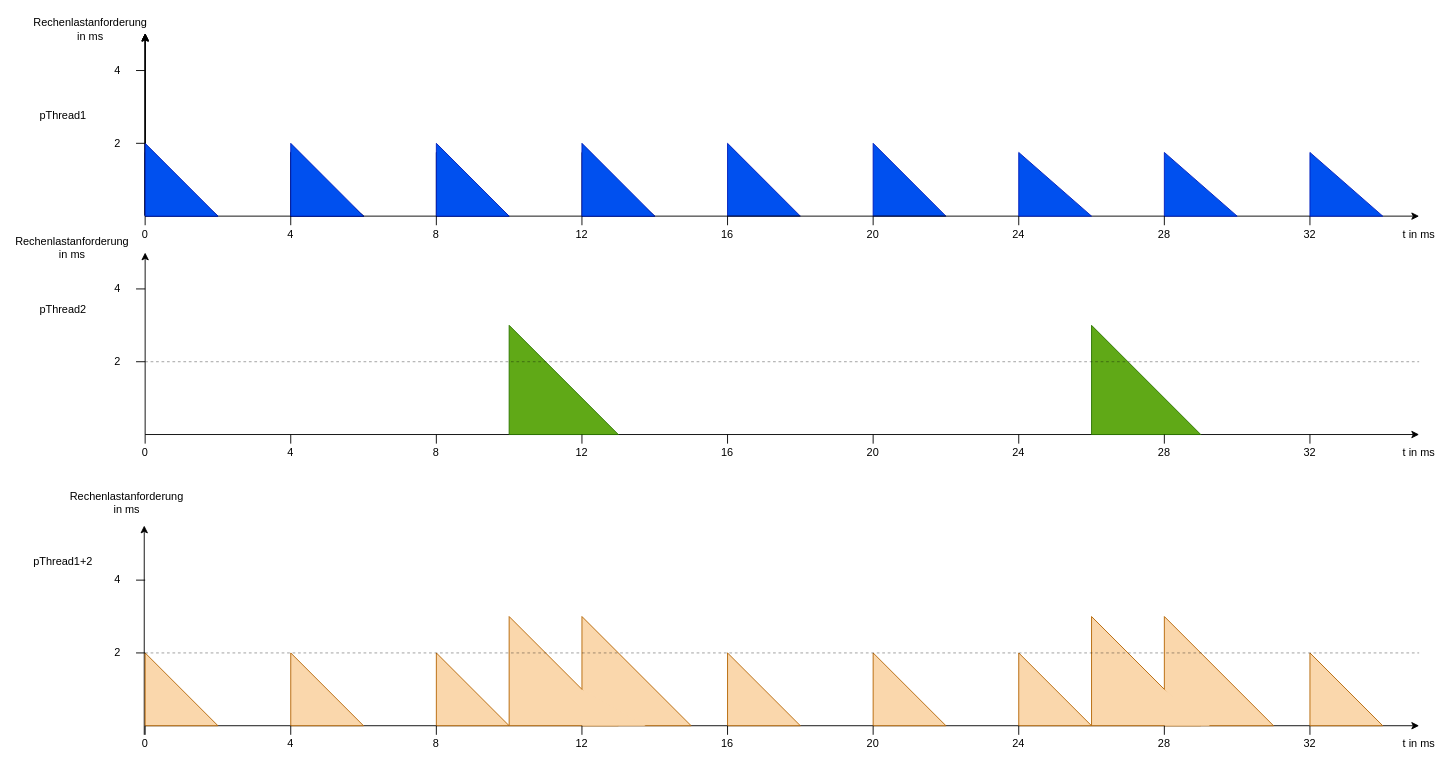
Above: Realtime/Echtzeit.drawio in EduardBartolovic/EmbeddedClass (draw.io), before the change. Source tidied: cells renumbered, new cells numbered last; positions are measured from the earlier drawing's top-left corner, leaving out a move shared by most shapes. Both pictures are drawn from the tidied source at 91%, with x=0, y=0 at pixel (26, 15).
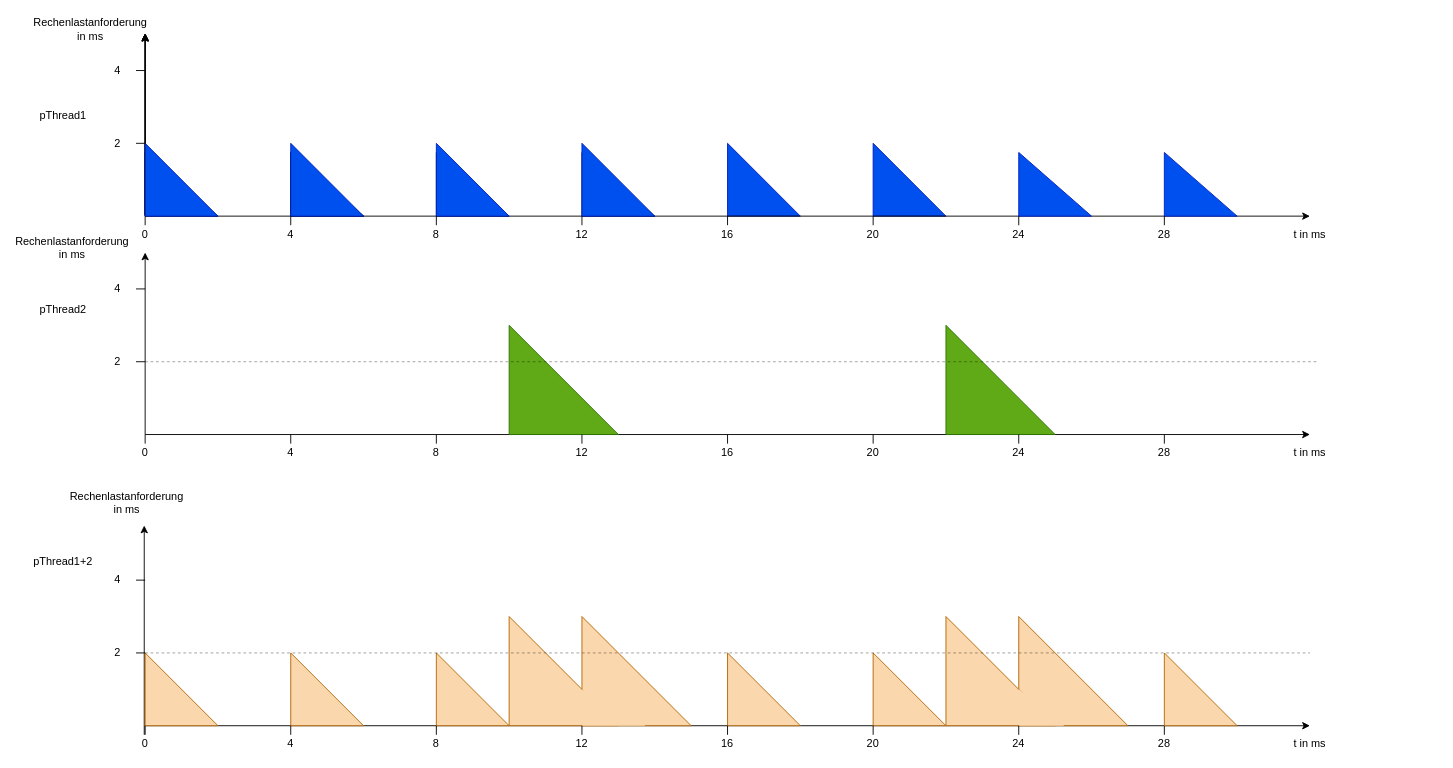
After the change.

Unchanged cells that the change refers to:
```xml
<mxCell id="15" style="verticalLabelPosition=bottom;verticalAlign=top;html=1;shape=mxgraph.basic.orthogonal_triangle;fillColor=#0050ef;strokeColor=#001DBC;fontColor=#ffffff;" parent="1" vertex="1">
  <mxGeometry x="130" y="140" width="80" height="80" as="geometry" />
</mxCell>
<mxCell id="32" style="verticalLabelPosition=bottom;verticalAlign=top;html=1;shape=mxgraph.basic.orthogonal_triangle;fillColor=#fad7ac;strokeColor=#b46504;" parent="1" vertex="1">
  <mxGeometry x="130" y="700" width="80" height="80" as="geometry" />
</mxCell>
```

The edit, as a diff of the source:
```diff
@@
     <mxCell id="12" style="endArrow=classic;html=1;exitX=0;exitY=1;exitDx=0;exitDy=0;exitPerimeter=0;" parent="1" edge="1" source="15">
       <mxGeometry relative="1" as="geometry">
-        <mxPoint x="1530" y="220" as="targetPoint" />
+        <mxPoint x="1410" y="220" as="targetPoint" />
       </mxGeometry>
     </mxCell>
@@
     <mxCell id="18" style="endArrow=classic;html=1;" parent="1" edge="1">
       <mxGeometry relative="1" as="geometry">
         <mxPoint x="130" y="460" as="sourcePoint" />
-        <mxPoint x="1530" y="460" as="targetPoint" />
+        <mxPoint x="1410" y="460" as="targetPoint" />
       </mxGeometry>
     </mxCell>
@@
     <mxCell id="21" style="endArrow=classic;html=1;exitX=0;exitY=1;exitDx=0;exitDy=0;exitPerimeter=0;" parent="1" edge="1" source="32">
       <mxGeometry relative="1" as="geometry">
-        <mxPoint x="1530" y="780" as="targetPoint" />
+        <mxPoint x="1410" y="780" as="targetPoint" />
       </mxGeometry>
     </mxCell>
@@
     <mxCell id="25" style="verticalLabelPosition=bottom;verticalAlign=top;html=1;shape=mxgraph.basic.orthogonal_triangle;fillColor=#60a917;strokeColor=#2D7600;fontColor=#ffffff;" parent="1" vertex="1">
-      <mxGeometry x="1170" y="340" width="120" height="120" as="geometry" />
+      <mxGeometry x="1010" y="340" width="120" height="120" as="geometry" />
     </mxCell>
@@
-    <mxCell id="35" style="verticalLabelPosition=bottom;verticalAlign=top;html=1;shape=mxgraph.basic.orthogonal_triangle;fillColor=#fad7ac;strokeColor=#b46504;" parent="1" vertex="1">
-      <mxGeometry x="1090" y="700" width="80" height="80" as="geometry" />
-    </mxCell>
     <mxCell id="36" style="verticalLabelPosition=bottom;verticalAlign=top;html=1;shape=mxgraph.basic.orthogonal_triangle;fillColor=#fad7ac;strokeColor=#b46504;" parent="1" vertex="1">
-      <mxGeometry x="1250" y="660" width="120" height="120" as="geometry" />
+      <mxGeometry x="1090" y="660" width="120" height="120" as="geometry" />
     </mxCell>
@@
     <mxCell id="38" style="verticalLabelPosition=bottom;verticalAlign=top;html=1;shape=mxgraph.basic.orthogonal_triangle;fillColor=#fad7ac;strokeColor=#b46504;" parent="1" vertex="1">
-      <mxGeometry x="1170" y="660" width="120" height="120" as="geometry" />
+      <mxGeometry x="1010" y="660" width="120" height="120" as="geometry" />
     </mxCell>
@@
     <mxCell id="40" style="verticalLabelPosition=bottom;verticalAlign=top;html=1;shape=mxgraph.basic.orthogonal_triangle;fillColor=#fad7ac;strokeColor=none;" parent="1" vertex="1">
-      <mxGeometry x="1250" y="740" width="50" height="40" as="geometry" />
+      <mxGeometry x="1090" y="740" width="50" height="40" as="geometry" />
     </mxCell>
@@
-    <mxCell id="77" style="endArrow=none;html=1;" parent="1" edge="1">
-      <mxGeometry relative="1" as="geometry">
-        <mxPoint x="1410" y="790" as="sourcePoint" />
-        <mxPoint x="1410" y="780" as="targetPoint" />
-      </mxGeometry>
-    </mxCell>
-    <mxCell id="78" value="32" style="text;html=1;strokeColor=none;fillColor=none;align=center;verticalAlign=middle;whiteSpace=wrap;rounded=0;" parent="1" vertex="1">
-      <mxGeometry x="1390" y="790" width="40" height="20" as="geometry" />
-    </mxCell>
-    <mxCell id="79" style="endArrow=none;html=1;" parent="1" edge="1">
-      <mxGeometry relative="1" as="geometry">
-        <mxPoint x="1410" y="470" as="sourcePoint" />
-        <mxPoint x="1410" y="460" as="targetPoint" />
-      </mxGeometry>
-    </mxCell>
-    <mxCell id="80" value="32" style="text;html=1;strokeColor=none;fillColor=none;align=center;verticalAlign=middle;whiteSpace=wrap;rounded=0;" parent="1" vertex="1">
-      <mxGeometry x="1390" y="470" width="40" height="20" as="geometry" />
-    </mxCell>
-    <mxCell id="81" style="endArrow=none;html=1;" parent="1" edge="1">
-      <mxGeometry relative="1" as="geometry">
-        <mxPoint x="1410" y="230" as="sourcePoint" />
-        <mxPoint x="1410" y="220" as="targetPoint" />
-      </mxGeometry>
-    </mxCell>
-    <mxCell id="82" value="32" style="text;html=1;strokeColor=none;fillColor=none;align=center;verticalAlign=middle;whiteSpace=wrap;rounded=0;" parent="1" vertex="1">
-      <mxGeometry x="1390" y="230" width="40" height="20" as="geometry" />
-    </mxCell>
-    <mxCell id="83" style="verticalLabelPosition=bottom;verticalAlign=top;html=1;shape=mxgraph.basic.orthogonal_triangle;fillColor=#0050ef;strokeColor=#001DBC;fontColor=#ffffff;" parent="1" vertex="1">
-      <mxGeometry x="1410" y="150" width="80" height="70" as="geometry" />
-    </mxCell>
     <mxCell id="84" style="verticalLabelPosition=bottom;verticalAlign=top;html=1;shape=mxgraph.basic.orthogonal_triangle;fillColor=#fad7ac;strokeColor=#b46504;" parent="1" vertex="1">
-      <mxGeometry x="1410" y="700" width="80" height="80" as="geometry" />
+      <mxGeometry x="1250" y="700" width="80" height="80" as="geometry" />
     </mxCell>
     <mxCell id="85" value="t in ms" style="text;html=1;strokeColor=none;fillColor=none;align=center;verticalAlign=middle;whiteSpace=wrap;rounded=0;" parent="1" vertex="1">
-      <mxGeometry x="1510" y="790" width="40" height="20" as="geometry" />
+      <mxGeometry x="1390" y="790" width="40" height="20" as="geometry" />
     </mxCell>
     <mxCell id="86" value="t in ms" style="text;html=1;strokeColor=none;fillColor=none;align=center;verticalAlign=middle;whiteSpace=wrap;rounded=0;" parent="1" vertex="1">
-      <mxGeometry x="1510" y="470" width="40" height="20" as="geometry" />
+      <mxGeometry x="1390" y="470" width="40" height="20" as="geometry" />
     </mxCell>
     <mxCell id="87" value="t in ms" style="text;html=1;strokeColor=none;fillColor=none;align=center;verticalAlign=middle;whiteSpace=wrap;rounded=0;" parent="1" vertex="1">
-      <mxGeometry x="1510" y="230" width="40" height="20" as="geometry" />
+      <mxGeometry x="1390" y="230" width="40" height="20" as="geometry" />
     </mxCell>
@@
     <mxCell id="103" style="endArrow=none;dashed=1;html=1;opacity=40;" parent="1" edge="1">
       <mxGeometry relative="1" as="geometry">
         <mxPoint x="130" y="380" as="sourcePoint" />
-        <mxPoint x="1530" y="380" as="targetPoint" />
+        <mxPoint x="1420" y="380" as="targetPoint" />
       </mxGeometry>
     </mxCell>
     <mxCell id="104" style="endArrow=none;dashed=1;html=1;opacity=40;exitX=0;exitY=0;exitDx=0;exitDy=0;exitPerimeter=0;" parent="1" edge="1" source="32">
       <mxGeometry relative="1" as="geometry">
-        <mxPoint x="1530" y="700" as="targetPoint" />
+        <mxPoint x="1410" y="700" as="targetPoint" />
       </mxGeometry>
     </mxCell>
```
